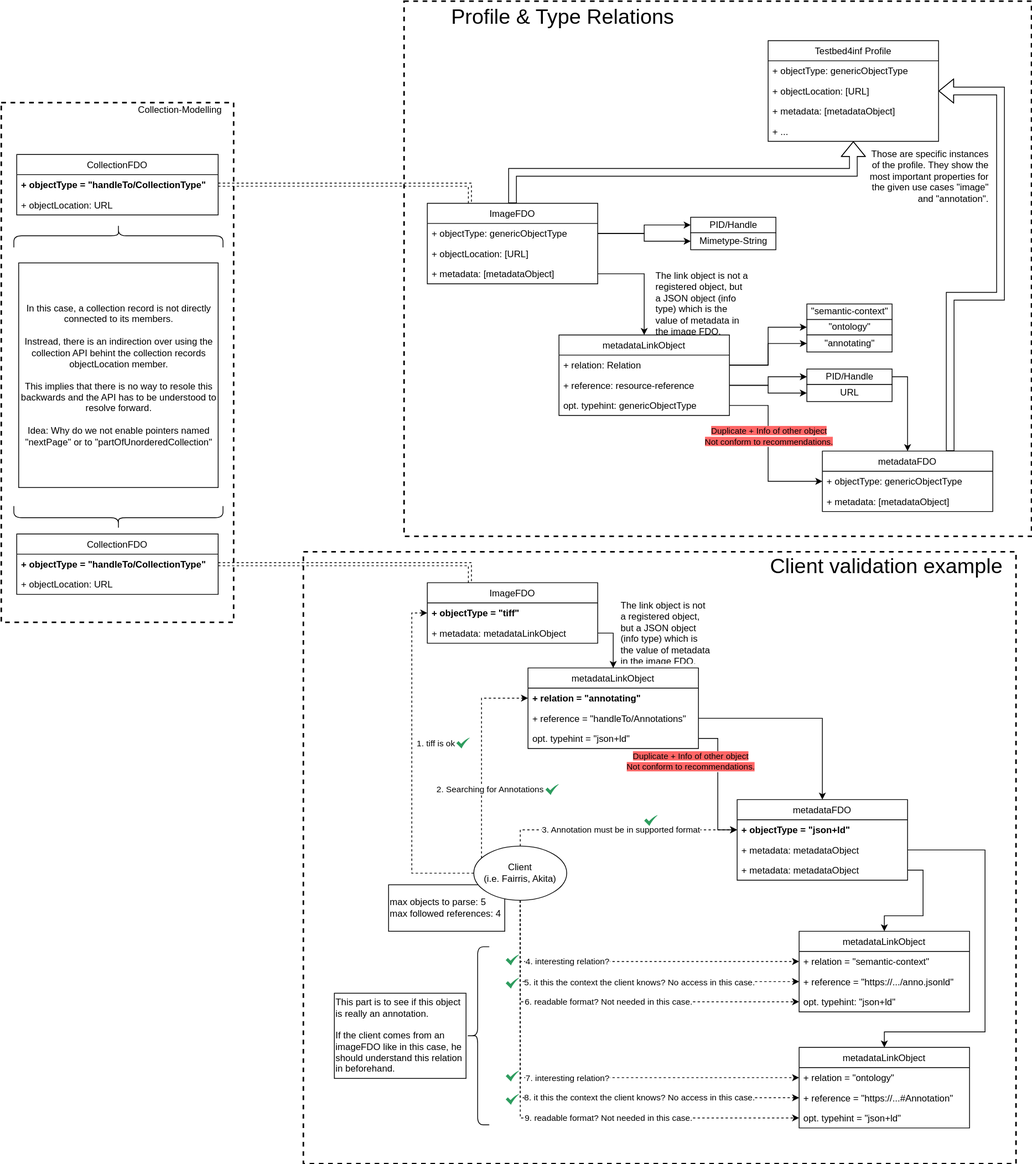
Earlier version of the draw.io export documentation/images/connecting_metadata.drawio.svg (kit-data-manager/testbed4inf). Source tidied: cells renumbered, new cells last; positions are measured from the earlier drawing's top-left corner, leaving out a move shared by most shapes.
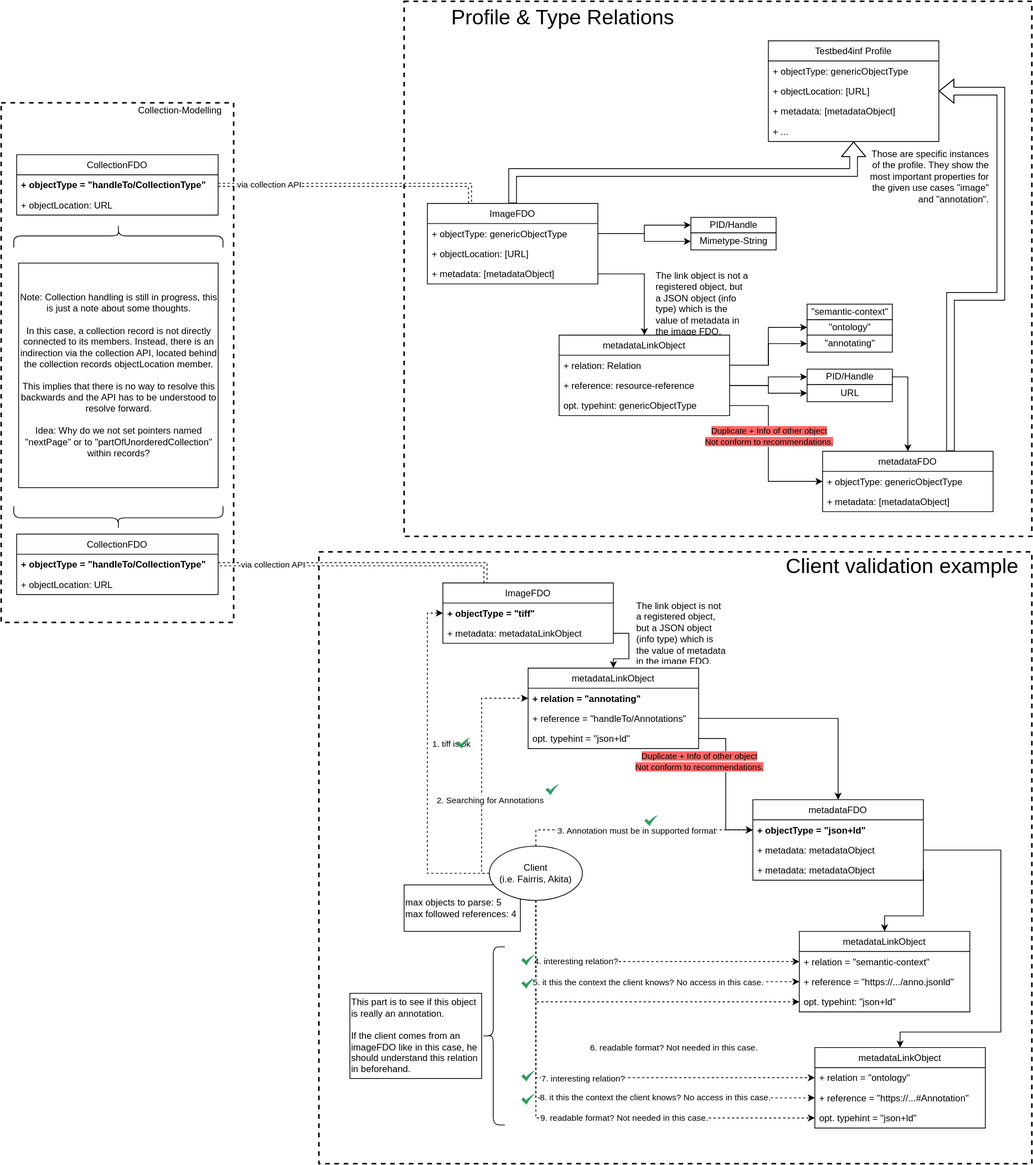
After the change.

Diff of the diagram source:
```diff
@@ -3,7 +3,7 @@
     <mxCell id="0" />
     <mxCell id="1" parent="0" />
     <mxCell id="2" style="rounded=0;whiteSpace=wrap;html=1;dashed=1;labelBackgroundColor=none;strokeWidth=2;align=right;" parent="1" vertex="1">
-      <mxGeometry x="390" y="711" width="920" height="790" as="geometry" />
+      <mxGeometry x="410" y="711" width="920" height="790" as="geometry" />
     </mxCell>
     <mxCell id="3" value="&lt;font style=&quot;font-size: 27px&quot;&gt;Client validation example&lt;/font&gt;" style="text;html=1;align=center;verticalAlign=middle;whiteSpace=wrap;rounded=0;labelBackgroundColor=none;" parent="2" vertex="1">
       <mxGeometry x="600" y="9" width="306" height="20" as="geometry" />
@@ -164,7 +164,7 @@
     <mxCell id="48" value="+ objectLocation: URL" style="text;strokeColor=none;fillColor=none;align=left;verticalAlign=top;spacingLeft=4;spacingRight=4;overflow=hidden;" parent="46" vertex="1">
       <mxGeometry y="52" width="260" height="26" as="geometry" />
     </mxCell>
-    <mxCell id="49" value="In this case, a collection record is not directly connected to its members.&lt;br&gt;&lt;br&gt;Instread, there is an indirection over using the collection API behint the collection records objectLocation member.&lt;br&gt;&lt;br&gt;This implies that there is no way to resole this backwards and the API has to be understood to resolve forward.&lt;br&gt;&lt;br&gt;Idea: Why do we not enable pointers named &quot;nextPage&quot; or to &quot;partOfUnorderedCollection&quot;" style="rounded=0;whiteSpace=wrap;html=1;" parent="42" vertex="1">
+    <mxCell id="49" value="Note: Collection handling is still in progress, this is just a note about some thoughts.&lt;br&gt;&lt;br&gt;In this case, a collection record is not directly connected to its members. Instead, there is an indirection via the collection API, located behind the collection records objectLocation member.&lt;br&gt;&lt;br&gt;This implies that there is no way to resolve this backwards and the API has to be understood to resolve forward.&lt;br&gt;&lt;br&gt;Idea: Why do we not set pointers named &quot;nextPage&quot; or to &quot;partOfUnorderedCollection&quot; within records?" style="rounded=0;whiteSpace=wrap;html=1;" parent="42" vertex="1">
       <mxGeometry x="22.5" y="207" width="257.5" height="290" as="geometry" />
     </mxCell>
     <mxCell id="50" style="shape=curlyBracket;whiteSpace=wrap;html=1;rounded=1;labelBackgroundColor=none;rotation=-90;" parent="42" vertex="1">
@@ -346,9 +346,17 @@
     <mxCell id="96" style="edgeStyle=orthogonalEdgeStyle;rounded=0;jettySize=auto;html=1;entryX=0.25;entryY=0;entryDx=0;entryDy=0;shape=link;dashed=1;" parent="1" edge="1" source="44" target="4">
       <mxGeometry relative="1" as="geometry" />
     </mxCell>
+    <mxCell id="111" value="via collection API" style="edgeLabel;html=1;align=center;verticalAlign=middle;fontColor=#000000;" parent="96" vertex="1">
+      <mxGeometry x="-0.7" y="-1" relative="1" as="geometry">
+        <mxPoint x="15" y="-1" as="offset" />
+      </mxGeometry>
+    </mxCell>
     <mxCell id="97" style="edgeStyle=orthogonalEdgeStyle;shape=link;rounded=0;jettySize=auto;html=1;entryX=0.25;entryY=0;entryDx=0;entryDy=0;dashed=1;" parent="1" edge="1" source="46" target="37">
       <mxGeometry relative="1" as="geometry" />
     </mxCell>
+    <mxCell id="112" value="&lt;font&gt;via collection API&lt;/font&gt;" style="edgeLabel;html=1;align=center;verticalAlign=middle;" parent="97" vertex="1">
+      <mxGeometry x="-0.62" y="1" relative="1" as="geometry" />
+    </mxCell>
     <mxCell id="98" value="&lt;p&gt;&lt;span style=&quot;font-size: 12px; font-weight: normal;&quot;&gt;Those are specific instances of the profile. They show the most important properties for the given use cases &quot;image&quot; and &quot;annotation&quot;.&lt;/span&gt;&lt;/p&gt;" style="text;html=1;spacing=5;spacingTop=-20;whiteSpace=wrap;overflow=hidden;rounded=0;align=right;verticalAlign=top;" parent="1" vertex="1">
       <mxGeometry x="1110" y="189" width="170" height="110" as="geometry" />
     </mxCell>
```
